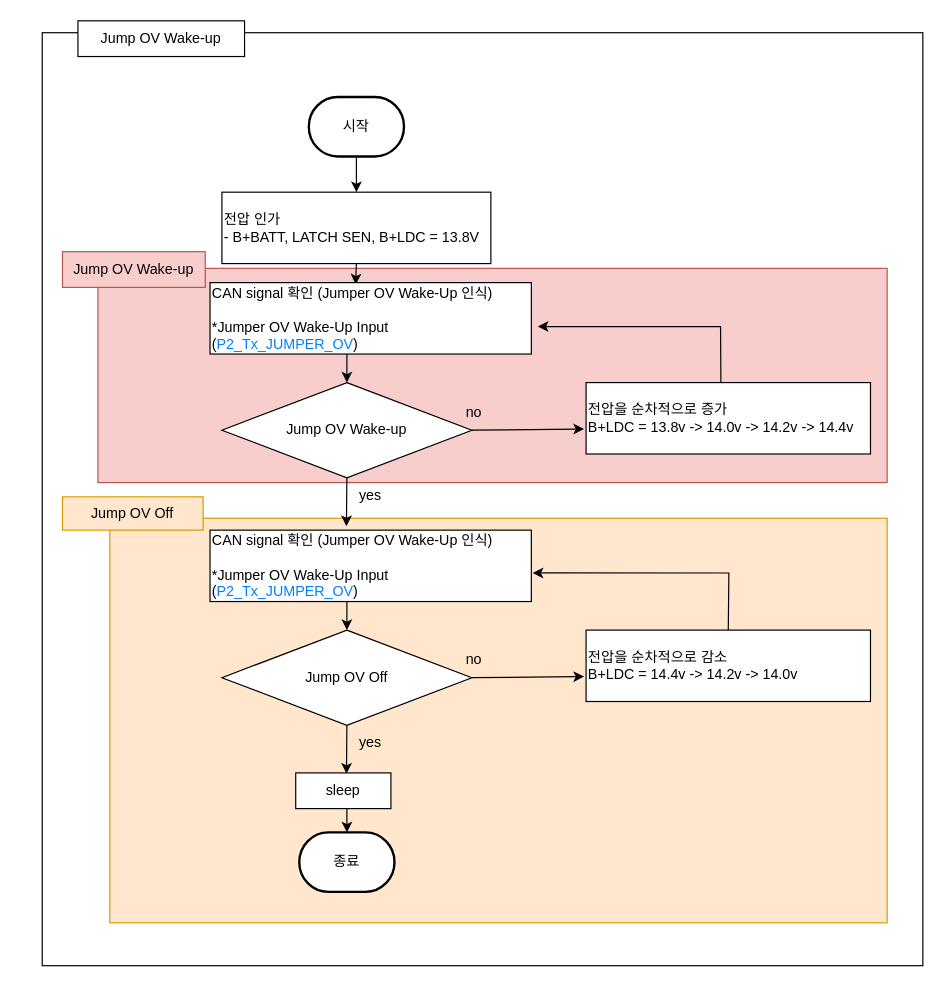
Earlier version of the draw.io diagram jump ov wakeup.drawio (chaeyoonl/state-transition-diagram-test). Source tidied: cells renumbered, new cells numbered last; positions are measured from the earlier drawing's top-left corner, leaving out a move shared by most shapes. Both pictures are drawn from the tidied source at 119%, with x=0, y=0 at pixel (42, 20).
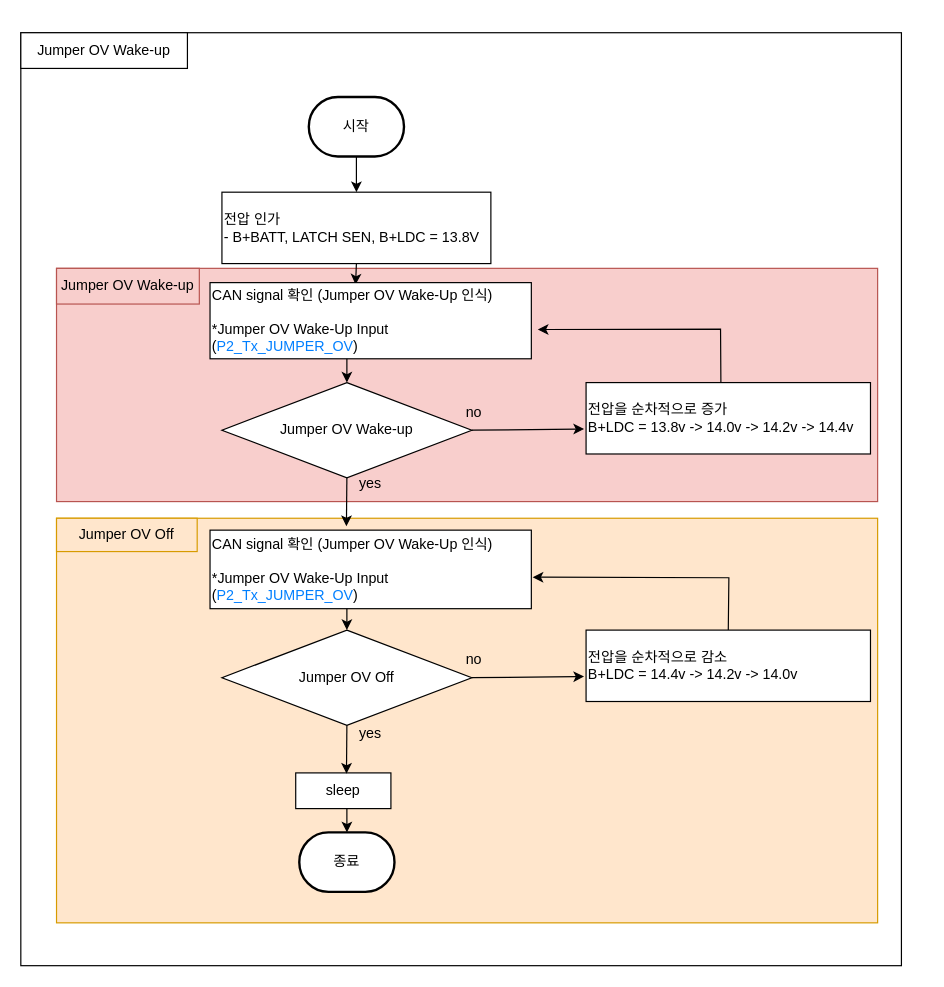
Above is the later version.

The change refers to these unchanged cells:
```xml
<mxCell id="13" value="전압을 순차적으로 증가&lt;br&gt;B+LDC = 13.8v -&amp;gt; 14.0v -&amp;gt; 14.2v -&amp;gt; 14.4v" style="rounded=0;whiteSpace=wrap;html=1;align=left;" parent="1" vertex="1">
  <mxGeometry x="457" y="304" width="239" height="60" as="geometry" />
</mxCell>
<mxCell id="25" value="전압을 순차적으로 감소&lt;br style=&quot;border-color: var(--border-color);&quot;&gt;B+LDC = 14.4v -&amp;gt; 14.2v -&amp;gt; 14.0v" style="rounded=0;whiteSpace=wrap;html=1;align=left;" parent="1" vertex="1">
  <mxGeometry x="457" y="512" width="239" height="60" as="geometry" />
</mxCell>
```

Change to the diagram source:
```diff
@@
     <mxCell id="2" style="rounded=0;whiteSpace=wrap;html=1;" parent="1" vertex="1">
-      <mxGeometry y="10" width="740" height="784" as="geometry" />
+      <mxGeometry x="-18" y="10" width="740" height="784" as="geometry" />
     </mxCell>
-    <mxCell id="3" value="Jump OV Wake-up" style="rounded=0;whiteSpace=wrap;html=1;" parent="1" vertex="1">
-      <mxGeometry x="30" width="140" height="30" as="geometry" />
+    <mxCell id="3" value="Jumper OV Wake-up" style="rounded=0;whiteSpace=wrap;html=1;" parent="1" vertex="1">
+      <mxGeometry x="-18" y="10" width="140" height="30" as="geometry" />
     </mxCell>
     <mxCell id="4" style="rounded=0;whiteSpace=wrap;html=1;fillColor=#f8cecc;strokeColor=#b85450;" parent="1" vertex="1">
-      <mxGeometry x="46.8" y="208" width="663.2" height="180" as="geometry" />
+      <mxGeometry x="12" y="208" width="690" height="196" as="geometry" />
     </mxCell>
-    <mxCell id="5" value="&lt;span style=&quot;color: rgb(0, 0, 0); font-family: Helvetica; font-size: 12px; font-style: normal; font-variant-ligatures: normal; font-variant-caps: normal; font-weight: 400; letter-spacing: normal; orphans: 2; text-align: center; text-indent: 0px; text-transform: none; widows: 2; word-spacing: 0px; -webkit-text-stroke-width: 0px; text-decoration-thickness: initial; text-decoration-style: initial; text-decoration-color: initial; float: none; display: inline !important;&quot;&gt;Jump OV Wake-up&lt;br&gt;&lt;/span&gt;" style="rounded=0;whiteSpace=wrap;html=1;fillColor=#f8cecc;strokeColor=#b85450;fillStyle=solid;labelBackgroundColor=none;" parent="1" vertex="1">
-      <mxGeometry x="17" y="194" width="120" height="30" as="geometry" />
+    <mxCell id="5" value="&lt;span style=&quot;color: rgb(0, 0, 0); font-family: Helvetica; font-size: 12px; font-style: normal; font-variant-ligatures: normal; font-variant-caps: normal; font-weight: 400; letter-spacing: normal; orphans: 2; text-align: center; text-indent: 0px; text-transform: none; widows: 2; word-spacing: 0px; -webkit-text-stroke-width: 0px; text-decoration-thickness: initial; text-decoration-style: initial; text-decoration-color: initial; float: none; display: inline !important;&quot;&gt;Jumper OV Wake-up&lt;br&gt;&lt;/span&gt;" style="rounded=0;whiteSpace=wrap;html=1;fillColor=#f8cecc;strokeColor=#b85450;fillStyle=solid;labelBackgroundColor=none;" parent="1" vertex="1">
+      <mxGeometry x="12" y="208" width="120" height="30" as="geometry" />
     </mxCell>
     <mxCell id="6" style="rounded=0;whiteSpace=wrap;html=1;fillColor=#ffe6cc;strokeColor=#d79b00;" parent="1" vertex="1">
-      <mxGeometry x="56.8" y="418" width="653.2" height="340" as="geometry" />
+      <mxGeometry x="12" y="418" width="690" height="340" as="geometry" />
     </mxCell>
-    <mxCell id="7" value="&lt;span style=&quot;color: rgb(0, 0, 0); font-family: Helvetica; font-size: 12px; font-style: normal; font-variant-ligatures: normal; font-variant-caps: normal; font-weight: 400; letter-spacing: normal; orphans: 2; text-align: center; text-indent: 0px; text-transform: none; widows: 2; word-spacing: 0px; -webkit-text-stroke-width: 0px; text-decoration-thickness: initial; text-decoration-style: initial; text-decoration-color: initial; float: none; display: inline !important;&quot;&gt;Jump OV Off&lt;br&gt;&lt;/span&gt;" style="rounded=0;whiteSpace=wrap;html=1;fillColor=#ffe6cc;strokeColor=#d79b00;labelBackgroundColor=none;" parent="1" vertex="1">
-      <mxGeometry x="17" y="400" width="118.2" height="28" as="geometry" />
+    <mxCell id="7" value="&lt;span style=&quot;color: rgb(0, 0, 0); font-family: Helvetica; font-size: 12px; font-style: normal; font-variant-ligatures: normal; font-variant-caps: normal; font-weight: 400; letter-spacing: normal; orphans: 2; text-align: center; text-indent: 0px; text-transform: none; widows: 2; word-spacing: 0px; -webkit-text-stroke-width: 0px; text-decoration-thickness: initial; text-decoration-style: initial; text-decoration-color: initial; float: none; display: inline !important;&quot;&gt;Jumper OV Off&lt;br&gt;&lt;/span&gt;" style="rounded=0;whiteSpace=wrap;html=1;fillColor=#ffe6cc;strokeColor=#d79b00;labelBackgroundColor=none;" parent="1" vertex="1">
+      <mxGeometry x="12" y="418" width="118.2" height="28" as="geometry" />
     </mxCell>
@@
-    <mxCell id="10" value="Jump OV Wake-up" style="rhombus;whiteSpace=wrap;html=1;" parent="1" vertex="1">
+    <mxCell id="10" value="Jumper OV Wake-up" style="rhombus;whiteSpace=wrap;html=1;" parent="1" vertex="1">
       <mxGeometry x="151" y="304" width="210" height="80" as="geometry" />
     </mxCell>
@@
     <mxCell id="16" value="yes" style="text;html=1;strokeColor=none;fillColor=none;align=center;verticalAlign=middle;whiteSpace=wrap;rounded=0;" parent="1" vertex="1">
-      <mxGeometry x="246" y="384" width="60" height="30" as="geometry" />
+      <mxGeometry x="246" y="374" width="60" height="30" as="geometry" />
     </mxCell>
@@
     <mxCell id="18" style="endArrow=classic;html=1;rounded=0;exitX=0.474;exitY=-0.009;exitDx=0;exitDy=0;entryX=1.02;entryY=0.616;entryDx=0;entryDy=0;entryPerimeter=0;exitPerimeter=0;" parent="1" edge="1" source="13" target="20">
       <mxGeometry relative="1" as="geometry">
         <Array as="points">
-          <mxPoint x="570" y="257" />
+          <mxPoint x="570" y="259" />
         </Array>
       </mxGeometry>
     </mxCell>
@@
     <mxCell id="20" value="CAN signal 확인 (Jumper OV Wake-Up&amp;nbsp;인식)&lt;br&gt;&lt;br&gt;*Jumper OV Wake-Up&amp;nbsp;Input&amp;nbsp;&lt;br&gt;(&lt;font color=&quot;#007fff&quot;&gt;P2_Tx_JUMPER_OV&lt;/font&gt;)" style="rounded=0;whiteSpace=wrap;html=1;align=left;" parent="1" vertex="1">
-      <mxGeometry x="141" y="220" width="270" height="60" as="geometry" />
+      <mxGeometry x="141" y="220" width="270" height="64" as="geometry" />
     </mxCell>
@@
-    <mxCell id="22" value="Jump OV Off" style="rhombus;whiteSpace=wrap;html=1;" parent="1" vertex="1">
+    <mxCell id="22" value="Jumper OV Off" style="rhombus;whiteSpace=wrap;html=1;" parent="1" vertex="1">
       <mxGeometry x="151" y="512" width="210" height="80" as="geometry" />
     </mxCell>
@@
     <mxCell id="29" value="yes" style="text;html=1;strokeColor=none;fillColor=none;align=center;verticalAlign=middle;whiteSpace=wrap;rounded=0;" parent="1" vertex="1">
-      <mxGeometry x="246" y="592" width="60" height="30" as="geometry" />
+      <mxGeometry x="246" y="584" width="60" height="30" as="geometry" />
     </mxCell>
@@
     <mxCell id="31" style="endArrow=classic;html=1;rounded=0;exitX=0.5;exitY=0;exitDx=0;exitDy=0;entryX=1.004;entryY=0.599;entryDx=0;entryDy=0;entryPerimeter=0;" parent="1" edge="1" source="25" target="32">
       <mxGeometry relative="1" as="geometry">
         <Array as="points">
-          <mxPoint x="577" y="464" />
+          <mxPoint x="577" y="468" />
         </Array>
       </mxGeometry>
     </mxCell>
     <mxCell id="32" value="CAN signal 확인 (Jumper OV Wake-Up&amp;nbsp;인식)&lt;br style=&quot;border-color: var(--border-color);&quot;&gt;&lt;br style=&quot;border-color: var(--border-color);&quot;&gt;*Jumper OV Wake-Up&amp;nbsp;Input&amp;nbsp;&lt;br style=&quot;border-color: var(--border-color);&quot;&gt;(&lt;font style=&quot;border-color: var(--border-color);&quot; color=&quot;#007fff&quot;&gt;P2_Tx_JUMPER_OV&lt;/font&gt;)" style="rounded=0;whiteSpace=wrap;html=1;align=left;" parent="1" vertex="1">
-      <mxGeometry x="141" y="428" width="270" height="60" as="geometry" />
+      <mxGeometry x="141" y="428" width="270" height="66" as="geometry" />
     </mxCell>
```
